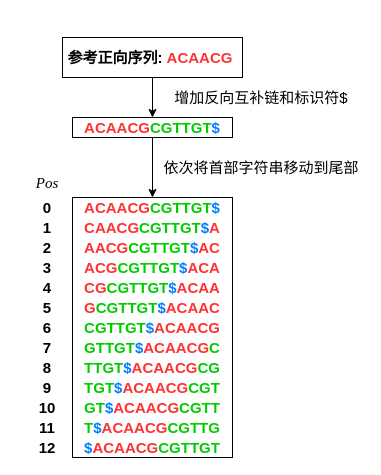
Above: FM-INDEX.drawio in csyourui/bgi_figure (draw.io), before the change. Source tidied: cells renumbered, new cells numbered last; positions are measured from the earlier drawing's top-left corner, leaving out a move shared by most shapes. Both pictures are drawn from the tidied source at 100%, with x=0, y=0 at pixel (17, 17).
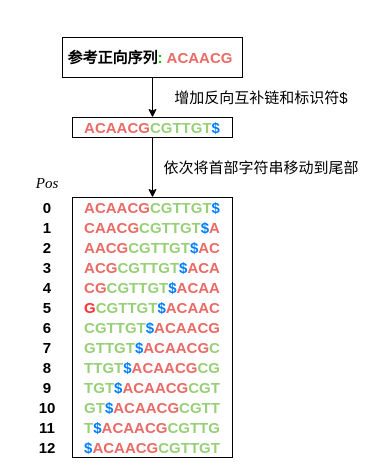
The same diagram, later.

Diff of the diagram source:
```diff
@@
-    <mxCell id="3" value="&lt;font style=&quot;font-size: 15px;&quot;&gt;&lt;b&gt;&lt;font color=&quot;#ff3333&quot;&gt;ACAACG&lt;/font&gt;&lt;/b&gt;&lt;b&gt;&lt;font color=&quot;#00cc00&quot;&gt;CGTTGT&lt;/font&gt;&lt;/b&gt;&lt;/font&gt;&lt;b style=&quot;font-size: 15px;&quot;&gt;&lt;font color=&quot;#007fff&quot;&gt;$&lt;/font&gt;&lt;/b&gt;" style="rounded=0;whiteSpace=wrap;html=1;" parent="1" vertex="1">
+    <mxCell id="3" value="&lt;font style=&quot;font-size: 15px;&quot;&gt;&lt;b&gt;&lt;font color=&quot;#ea6b66&quot;&gt;ACAACG&lt;/font&gt;&lt;/b&gt;&lt;b&gt;&lt;font color=&quot;#97d077&quot;&gt;CGTTGT&lt;/font&gt;&lt;/b&gt;&lt;/font&gt;&lt;b style=&quot;font-size: 15px;&quot;&gt;&lt;font color=&quot;#007fff&quot;&gt;$&lt;/font&gt;&lt;/b&gt;" style="rounded=0;whiteSpace=wrap;html=1;" parent="1" vertex="1">
       <mxGeometry x="55" y="100" width="160" height="20" as="geometry" />
     </mxCell>
@@
-    <mxCell id="7" value="&lt;b style=&quot;color: rgb(0, 204, 0);&quot;&gt;&lt;font color=&quot;#000000&quot;&gt;参考正向序列:&amp;nbsp;&lt;/font&gt;&lt;font color=&quot;#ff3333&quot;&gt;ACAACG&lt;/font&gt;&lt;font color=&quot;#000000&quot;&gt;&amp;nbsp;&lt;/font&gt;&lt;/b&gt;" style="rounded=0;whiteSpace=wrap;html=1;fontSize=15;fontColor=#FF3333;" parent="1" vertex="1">
+    <mxCell id="7" value="&lt;b style=&quot;&quot;&gt;&lt;font style=&quot;&quot; color=&quot;#000000&quot;&gt;参考正向序列&lt;/font&gt;&lt;font style=&quot;color: rgb(0, 204, 0);&quot; color=&quot;#000000&quot;&gt;:&amp;nbsp;&lt;/font&gt;&lt;font color=&quot;#ea6b66&quot;&gt;&lt;font style=&quot;&quot;&gt;ACAACG&lt;/font&gt;&lt;font style=&quot;&quot;&gt;&amp;nbsp;&lt;/font&gt;&lt;/font&gt;&lt;/b&gt;" style="rounded=0;whiteSpace=wrap;html=1;fontSize=15;fontColor=#FF3333;" parent="1" vertex="1">
       <mxGeometry x="45" y="20" width="180" height="40" as="geometry" />
     </mxCell>
@@
-    <mxCell id="9" value="&lt;b&gt;&lt;font color=&quot;#ff3333&quot;&gt;ACAACG&lt;/font&gt;&lt;/b&gt;&lt;b&gt;&lt;font color=&quot;#00cc00&quot;&gt;CGTTGT&lt;/font&gt;&lt;font color=&quot;#007fff&quot;&gt;$&lt;/font&gt;&lt;/b&gt;" style="text;html=1;strokeColor=none;fillColor=none;align=center;verticalAlign=middle;whiteSpace=wrap;rounded=0;fontSize=15;fontColor=#000000;" parent="1" vertex="1">
+    <mxCell id="9" value="&lt;b&gt;&lt;font color=&quot;#ea6b66&quot;&gt;ACAACG&lt;/font&gt;&lt;/b&gt;&lt;b&gt;&lt;font color=&quot;#97d077&quot;&gt;CGTTGT&lt;/font&gt;&lt;/b&gt;&lt;b&gt;&lt;font color=&quot;#007fff&quot;&gt;$&lt;/font&gt;&lt;/b&gt;" style="text;html=1;strokeColor=none;fillColor=none;align=center;verticalAlign=middle;whiteSpace=wrap;rounded=0;fontSize=15;fontColor=#000000;" parent="1" vertex="1">
       <mxGeometry x="55" y="180" width="160" height="20" as="geometry" />
     </mxCell>
-    <mxCell id="10" value="&lt;b&gt;&lt;font color=&quot;#ff3333&quot;&gt;CAACG&lt;/font&gt;&lt;/b&gt;&lt;b&gt;&lt;font color=&quot;#00cc00&quot;&gt;CGTTGT&lt;/font&gt;&lt;font color=&quot;#007fff&quot;&gt;$&lt;/font&gt;&lt;font color=&quot;#ff3333&quot;&gt;A&lt;/font&gt;&lt;/b&gt;" style="text;html=1;strokeColor=none;fillColor=none;align=center;verticalAlign=middle;whiteSpace=wrap;rounded=0;fontSize=15;fontColor=#000000;" parent="1" vertex="1">
+    <mxCell id="10" value="&lt;b&gt;&lt;font color=&quot;#ea6b66&quot;&gt;CAACG&lt;/font&gt;&lt;/b&gt;&lt;b&gt;&lt;font color=&quot;#97d077&quot;&gt;CGTTGT&lt;/font&gt;&lt;/b&gt;&lt;b&gt;&lt;font color=&quot;#007fff&quot;&gt;$&lt;/font&gt;&lt;font color=&quot;#ea6b66&quot;&gt;A&lt;/font&gt;&lt;/b&gt;" style="text;html=1;strokeColor=none;fillColor=none;align=center;verticalAlign=middle;whiteSpace=wrap;rounded=0;fontSize=15;fontColor=#000000;" parent="1" vertex="1">
       <mxGeometry x="55" y="200" width="160" height="20" as="geometry" />
     </mxCell>
-    <mxCell id="11" value="&lt;b&gt;&lt;font color=&quot;#ff3333&quot;&gt;AACG&lt;/font&gt;&lt;/b&gt;&lt;b&gt;&lt;font color=&quot;#00cc00&quot;&gt;CGTTGT&lt;/font&gt;&lt;font color=&quot;#007fff&quot;&gt;$&lt;/font&gt;&lt;font color=&quot;#ff3333&quot;&gt;AC&lt;/font&gt;&lt;/b&gt;" style="text;html=1;strokeColor=none;fillColor=none;align=center;verticalAlign=middle;whiteSpace=wrap;rounded=0;fontSize=15;fontColor=#000000;" parent="1" vertex="1">
+    <mxCell id="11" value="&lt;b&gt;&lt;font color=&quot;#ea6b66&quot;&gt;AACG&lt;/font&gt;&lt;/b&gt;&lt;b&gt;&lt;font color=&quot;#97d077&quot;&gt;CGTTGT&lt;/font&gt;&lt;/b&gt;&lt;b&gt;&lt;font color=&quot;#007fff&quot;&gt;$&lt;/font&gt;&lt;font color=&quot;#ea6b66&quot;&gt;AC&lt;/font&gt;&lt;/b&gt;" style="text;html=1;strokeColor=none;fillColor=none;align=center;verticalAlign=middle;whiteSpace=wrap;rounded=0;fontSize=15;fontColor=#000000;" parent="1" vertex="1">
       <mxGeometry x="55" y="220" width="160" height="20" as="geometry" />
     </mxCell>
-    <mxCell id="12" value="&lt;b&gt;&lt;font color=&quot;#ff3333&quot;&gt;ACG&lt;/font&gt;&lt;/b&gt;&lt;b&gt;&lt;font color=&quot;#00cc00&quot;&gt;CGTTGT&lt;/font&gt;&lt;font color=&quot;#007fff&quot;&gt;$&lt;/font&gt;&lt;font color=&quot;#ff3333&quot;&gt;ACA&lt;/font&gt;&lt;/b&gt;" style="text;html=1;strokeColor=none;fillColor=none;align=center;verticalAlign=middle;whiteSpace=wrap;rounded=0;fontSize=15;fontColor=#000000;" parent="1" vertex="1">
+    <mxCell id="12" value="&lt;b&gt;&lt;font color=&quot;#ea6b66&quot;&gt;ACG&lt;/font&gt;&lt;/b&gt;&lt;b&gt;&lt;font color=&quot;#97d077&quot;&gt;CGTTGT&lt;/font&gt;&lt;/b&gt;&lt;b&gt;&lt;font color=&quot;#007fff&quot;&gt;$&lt;/font&gt;&lt;font color=&quot;#ea6b66&quot;&gt;ACA&lt;/font&gt;&lt;/b&gt;" style="text;html=1;strokeColor=none;fillColor=none;align=center;verticalAlign=middle;whiteSpace=wrap;rounded=0;fontSize=15;fontColor=#000000;" parent="1" vertex="1">
       <mxGeometry x="55" y="240" width="160" height="20" as="geometry" />
     </mxCell>
-    <mxCell id="13" value="&lt;b&gt;&lt;font color=&quot;#ff3333&quot;&gt;CG&lt;/font&gt;&lt;/b&gt;&lt;b&gt;&lt;font color=&quot;#00cc00&quot;&gt;CGTTGT&lt;/font&gt;&lt;font color=&quot;#007fff&quot;&gt;$&lt;/font&gt;&lt;font color=&quot;#ff3333&quot;&gt;ACAA&lt;/font&gt;&lt;/b&gt;" style="text;html=1;strokeColor=none;fillColor=none;align=center;verticalAlign=middle;whiteSpace=wrap;rounded=0;fontSize=15;fontColor=#000000;" parent="1" vertex="1">
+    <mxCell id="13" value="&lt;b&gt;&lt;font color=&quot;#ea6b66&quot;&gt;CG&lt;/font&gt;&lt;/b&gt;&lt;b&gt;&lt;font color=&quot;#97d077&quot;&gt;CGTTGT&lt;/font&gt;&lt;/b&gt;&lt;b&gt;&lt;font color=&quot;#007fff&quot;&gt;$&lt;/font&gt;&lt;font color=&quot;#ea6b66&quot;&gt;ACAA&lt;/font&gt;&lt;/b&gt;" style="text;html=1;strokeColor=none;fillColor=none;align=center;verticalAlign=middle;whiteSpace=wrap;rounded=0;fontSize=15;fontColor=#000000;" parent="1" vertex="1">
       <mxGeometry x="55" y="260" width="160" height="20" as="geometry" />
     </mxCell>
-    <mxCell id="14" value="&lt;b&gt;&lt;font color=&quot;#ff3333&quot;&gt;G&lt;/font&gt;&lt;/b&gt;&lt;b&gt;&lt;font color=&quot;#00cc00&quot;&gt;CGTTGT&lt;/font&gt;&lt;font color=&quot;#007fff&quot;&gt;$&lt;/font&gt;&lt;font color=&quot;#ff3333&quot;&gt;ACAAC&lt;/font&gt;&lt;/b&gt;" style="text;html=1;strokeColor=none;fillColor=none;align=center;verticalAlign=middle;whiteSpace=wrap;rounded=0;fontSize=15;fontColor=#000000;" parent="1" vertex="1">
+    <mxCell id="14" value="&lt;b&gt;&lt;font color=&quot;#ff3333&quot;&gt;G&lt;/font&gt;&lt;/b&gt;&lt;b&gt;&lt;font color=&quot;#97d077&quot;&gt;CGTTGT&lt;/font&gt;&lt;/b&gt;&lt;b&gt;&lt;font color=&quot;#007fff&quot;&gt;$&lt;/font&gt;&lt;font color=&quot;#ea6b66&quot;&gt;ACAAC&lt;/font&gt;&lt;/b&gt;" style="text;html=1;strokeColor=none;fillColor=none;align=center;verticalAlign=middle;whiteSpace=wrap;rounded=0;fontSize=15;fontColor=#000000;" parent="1" vertex="1">
       <mxGeometry x="55" y="280" width="160" height="20" as="geometry" />
     </mxCell>
-    <mxCell id="15" value="&lt;b&gt;&lt;font color=&quot;#00cc00&quot;&gt;CGTTGT&lt;/font&gt;&lt;font color=&quot;#007fff&quot;&gt;$&lt;/font&gt;&lt;font color=&quot;#ff3333&quot;&gt;ACAACG&lt;/font&gt;&lt;/b&gt;" style="text;html=1;strokeColor=none;fillColor=none;align=center;verticalAlign=middle;whiteSpace=wrap;rounded=0;fontSize=15;fontColor=#000000;" parent="1" vertex="1">
+    <mxCell id="15" value="&lt;b&gt;&lt;font color=&quot;#97d077&quot;&gt;CGTTGT&lt;/font&gt;&lt;/b&gt;&lt;b&gt;&lt;font color=&quot;#007fff&quot;&gt;$&lt;/font&gt;&lt;/b&gt;&lt;b&gt;&lt;font color=&quot;#ea6b66&quot;&gt;ACAACG&lt;/font&gt;&lt;/b&gt;" style="text;html=1;strokeColor=none;fillColor=none;align=center;verticalAlign=middle;whiteSpace=wrap;rounded=0;fontSize=15;fontColor=#000000;" parent="1" vertex="1">
       <mxGeometry x="55" y="300" width="160" height="20" as="geometry" />
     </mxCell>
-    <mxCell id="16" value="&lt;b&gt;&lt;font color=&quot;#00cc00&quot;&gt;GTTGT&lt;/font&gt;&lt;font color=&quot;#007fff&quot;&gt;$&lt;/font&gt;&lt;font color=&quot;#ff3333&quot;&gt;ACAACG&lt;/font&gt;&lt;/b&gt;&lt;b&gt;&lt;font color=&quot;#00cc00&quot;&gt;C&lt;/font&gt;&lt;/b&gt;" style="text;html=1;strokeColor=none;fillColor=none;align=center;verticalAlign=middle;whiteSpace=wrap;rounded=0;fontSize=15;fontColor=#000000;" parent="1" vertex="1">
+    <mxCell id="16" value="&lt;b&gt;&lt;font color=&quot;#97d077&quot;&gt;GTTGT&lt;/font&gt;&lt;/b&gt;&lt;b&gt;&lt;font color=&quot;#007fff&quot;&gt;$&lt;/font&gt;&lt;/b&gt;&lt;b&gt;&lt;font color=&quot;#ea6b66&quot;&gt;ACAACG&lt;/font&gt;&lt;/b&gt;&lt;b&gt;&lt;font color=&quot;#97d077&quot;&gt;C&lt;/font&gt;&lt;/b&gt;" style="text;html=1;strokeColor=none;fillColor=none;align=center;verticalAlign=middle;whiteSpace=wrap;rounded=0;fontSize=15;fontColor=#000000;" parent="1" vertex="1">
       <mxGeometry x="55" y="320" width="160" height="20" as="geometry" />
     </mxCell>
-    <mxCell id="17" value="&lt;b&gt;&lt;font color=&quot;#00cc00&quot;&gt;TTGT&lt;/font&gt;&lt;font color=&quot;#007fff&quot;&gt;$&lt;/font&gt;&lt;font color=&quot;#ff3333&quot;&gt;ACAACG&lt;/font&gt;&lt;/b&gt;&lt;b&gt;&lt;font color=&quot;#00cc00&quot;&gt;CG&lt;/font&gt;&lt;/b&gt;" style="text;html=1;strokeColor=none;fillColor=none;align=center;verticalAlign=middle;whiteSpace=wrap;rounded=0;fontSize=15;fontColor=#000000;" parent="1" vertex="1">
+    <mxCell id="17" value="&lt;b&gt;&lt;font color=&quot;#97d077&quot;&gt;TTGT&lt;/font&gt;&lt;/b&gt;&lt;b&gt;&lt;font color=&quot;#007fff&quot;&gt;$&lt;/font&gt;&lt;/b&gt;&lt;b&gt;&lt;font color=&quot;#ea6b66&quot;&gt;ACAACG&lt;/font&gt;&lt;/b&gt;&lt;b&gt;&lt;font color=&quot;#97d077&quot;&gt;CG&lt;/font&gt;&lt;/b&gt;" style="text;html=1;strokeColor=none;fillColor=none;align=center;verticalAlign=middle;whiteSpace=wrap;rounded=0;fontSize=15;fontColor=#000000;" parent="1" vertex="1">
       <mxGeometry x="55" y="340" width="160" height="20" as="geometry" />
     </mxCell>
-    <mxCell id="18" value="&lt;b&gt;&lt;font color=&quot;#00cc00&quot;&gt;TGT&lt;/font&gt;&lt;font color=&quot;#007fff&quot;&gt;$&lt;/font&gt;&lt;font color=&quot;#ff3333&quot;&gt;ACAACG&lt;/font&gt;&lt;/b&gt;&lt;b&gt;&lt;font color=&quot;#00cc00&quot;&gt;CGT&lt;/font&gt;&lt;/b&gt;" style="text;html=1;strokeColor=none;fillColor=none;align=center;verticalAlign=middle;whiteSpace=wrap;rounded=0;fontSize=15;fontColor=#000000;" parent="1" vertex="1">
+    <mxCell id="18" value="&lt;b&gt;&lt;font color=&quot;#97d077&quot;&gt;TGT&lt;/font&gt;&lt;/b&gt;&lt;b&gt;&lt;font color=&quot;#007fff&quot;&gt;$&lt;/font&gt;&lt;/b&gt;&lt;b&gt;&lt;font color=&quot;#ea6b66&quot;&gt;ACAACG&lt;/font&gt;&lt;/b&gt;&lt;b&gt;&lt;font color=&quot;#97d077&quot;&gt;CGT&lt;/font&gt;&lt;/b&gt;" style="text;html=1;strokeColor=none;fillColor=none;align=center;verticalAlign=middle;whiteSpace=wrap;rounded=0;fontSize=15;fontColor=#000000;" parent="1" vertex="1">
       <mxGeometry x="55" y="360" width="160" height="20" as="geometry" />
     </mxCell>
-    <mxCell id="19" value="&lt;b&gt;&lt;font color=&quot;#00cc00&quot;&gt;GT&lt;/font&gt;&lt;font color=&quot;#007fff&quot;&gt;$&lt;/font&gt;&lt;font color=&quot;#ff3333&quot;&gt;ACAACG&lt;/font&gt;&lt;/b&gt;&lt;b&gt;&lt;font color=&quot;#00cc00&quot;&gt;CGTT&lt;/font&gt;&lt;/b&gt;" style="text;html=1;strokeColor=none;fillColor=none;align=center;verticalAlign=middle;whiteSpace=wrap;rounded=0;fontSize=15;fontColor=#000000;" parent="1" vertex="1">
+    <mxCell id="19" value="&lt;b&gt;&lt;font color=&quot;#97d077&quot;&gt;GT&lt;/font&gt;&lt;/b&gt;&lt;b&gt;&lt;font color=&quot;#007fff&quot;&gt;$&lt;/font&gt;&lt;/b&gt;&lt;b&gt;&lt;font color=&quot;#ea6b66&quot;&gt;ACAACG&lt;/font&gt;&lt;/b&gt;&lt;b&gt;&lt;font color=&quot;#97d077&quot;&gt;CGTT&lt;/font&gt;&lt;/b&gt;" style="text;html=1;strokeColor=none;fillColor=none;align=center;verticalAlign=middle;whiteSpace=wrap;rounded=0;fontSize=15;fontColor=#000000;" parent="1" vertex="1">
       <mxGeometry x="55" y="380" width="160" height="20" as="geometry" />
     </mxCell>
-    <mxCell id="20" value="&lt;b&gt;&lt;font color=&quot;#00cc00&quot;&gt;T&lt;/font&gt;&lt;font color=&quot;#007fff&quot;&gt;$&lt;/font&gt;&lt;font color=&quot;#ff3333&quot;&gt;ACAACG&lt;/font&gt;&lt;/b&gt;&lt;b&gt;&lt;font color=&quot;#00cc00&quot;&gt;CGTTG&lt;/font&gt;&lt;/b&gt;" style="text;html=1;strokeColor=none;fillColor=none;align=center;verticalAlign=middle;whiteSpace=wrap;rounded=0;fontSize=15;fontColor=#000000;" parent="1" vertex="1">
+    <mxCell id="20" value="&lt;b&gt;&lt;font color=&quot;#97d077&quot;&gt;T&lt;/font&gt;&lt;/b&gt;&lt;b&gt;&lt;font color=&quot;#007fff&quot;&gt;$&lt;/font&gt;&lt;/b&gt;&lt;b&gt;&lt;font color=&quot;#ea6b66&quot;&gt;ACAACG&lt;/font&gt;&lt;/b&gt;&lt;b&gt;&lt;font color=&quot;#97d077&quot;&gt;CGTTG&lt;/font&gt;&lt;/b&gt;" style="text;html=1;strokeColor=none;fillColor=none;align=center;verticalAlign=middle;whiteSpace=wrap;rounded=0;fontSize=15;fontColor=#000000;" parent="1" vertex="1">
       <mxGeometry x="55" y="400" width="160" height="20" as="geometry" />
     </mxCell>
-    <mxCell id="21" value="&lt;b&gt;&lt;font color=&quot;#007fff&quot;&gt;$&lt;/font&gt;&lt;font color=&quot;#ff3333&quot;&gt;ACAACG&lt;/font&gt;&lt;/b&gt;&lt;b&gt;&lt;font color=&quot;#00cc00&quot;&gt;CGTTGT&lt;/font&gt;&lt;/b&gt;" style="text;html=1;strokeColor=none;fillColor=none;align=center;verticalAlign=middle;whiteSpace=wrap;rounded=0;fontSize=15;fontColor=#000000;" parent="1" vertex="1">
+    <mxCell id="21" value="&lt;b&gt;&lt;font color=&quot;#007fff&quot;&gt;$&lt;/font&gt;&lt;/b&gt;&lt;b&gt;&lt;font color=&quot;#ea6b66&quot;&gt;ACAACG&lt;/font&gt;&lt;/b&gt;&lt;b&gt;&lt;font color=&quot;#97d077&quot;&gt;CGTTGT&lt;/font&gt;&lt;/b&gt;" style="text;html=1;strokeColor=none;fillColor=none;align=center;verticalAlign=middle;whiteSpace=wrap;rounded=0;fontSize=15;fontColor=#000000;" parent="1" vertex="1">
       <mxGeometry x="55" y="420" width="160" height="20" as="geometry" />
     </mxCell>
```
